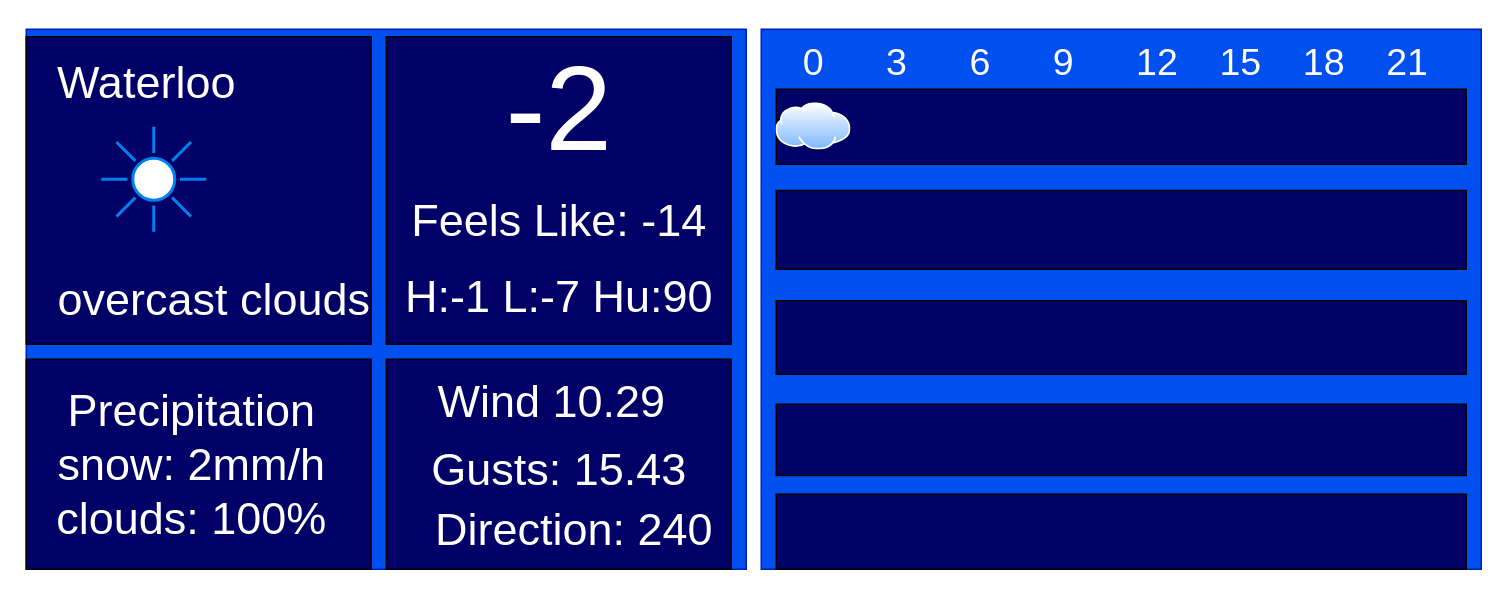
Earlier version of the draw.io diagram page "weather display" (2 of 2) of 90-markdown-resources/diagrams.drawio (ArthurQiangLi/W16_PiDashboard). Source tidied: cells renumbered, new cells numbered last; positions are measured from the earlier drawing's top-left corner, leaving out a move shared by most shapes. Both pictures are drawn from the tidied source at 150%, with x=0, y=0 at pixel (26, 26).
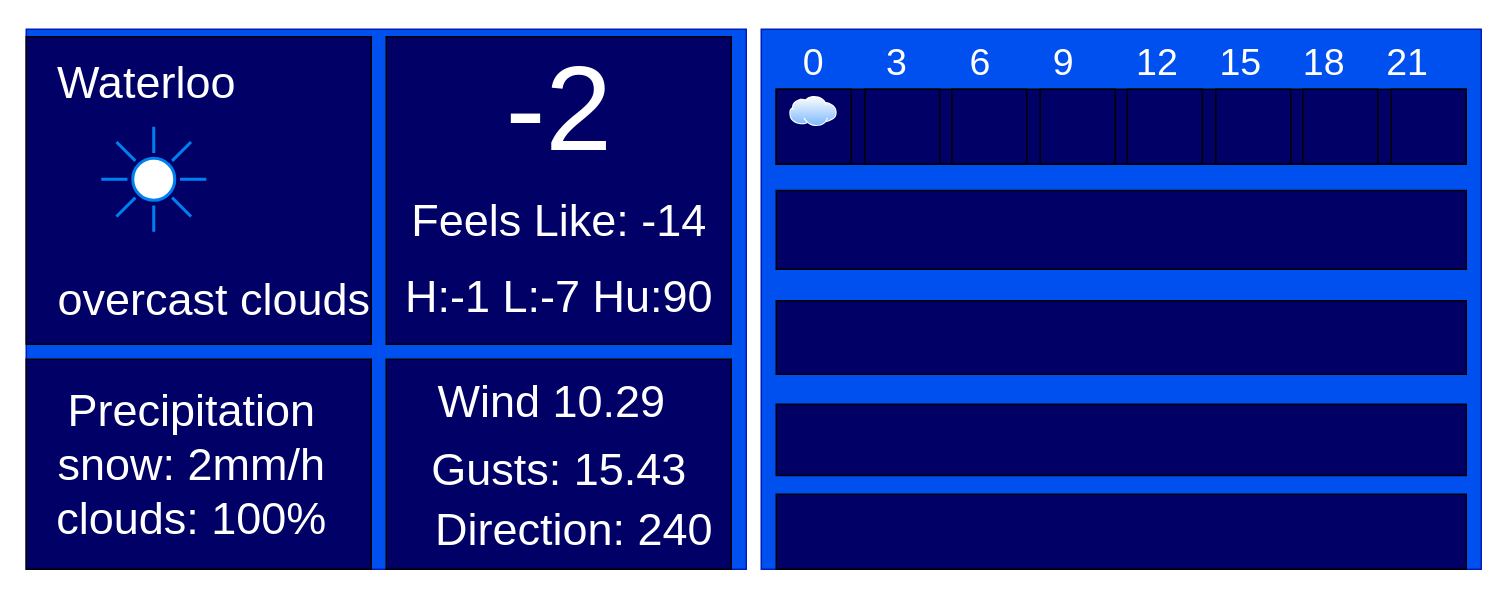
The same diagram, later.

What changed in the source:
```diff
@@
     <mxCell id="19" style="perimeter=ellipsePerimeter;html=1;align=center;shadow=0;dashed=0;spacingTop=3;image;image=img/lib/active_directory/internet_cloud.svg;fontSize=30;fontColor=#FFFFFF;fillColor=#000066;" parent="1" vertex="1">
-      <mxGeometry x="500" y="51.2" width="50" height="31.5" as="geometry" />
+      <mxGeometry x="509.1" y="47" width="31.8" height="20" as="geometry" />
     </mxCell>
@@
+    <mxCell id="25" style="rounded=0;whiteSpace=wrap;html=1;fillColor=none;" parent="1" vertex="1">
+      <mxGeometry x="500" y="42" width="50" height="50" as="geometry" />
+    </mxCell>
+    <mxCell id="26" style="rounded=0;whiteSpace=wrap;html=1;fillColor=none;" parent="1" vertex="1">
+      <mxGeometry x="559" y="42" width="50" height="50" as="geometry" />
+    </mxCell>
+    <mxCell id="27" style="rounded=0;whiteSpace=wrap;html=1;fillColor=none;" parent="1" vertex="1">
+      <mxGeometry x="617" y="42" width="50" height="50" as="geometry" />
+    </mxCell>
+    <mxCell id="28" style="rounded=0;whiteSpace=wrap;html=1;fillColor=none;" parent="1" vertex="1">
+      <mxGeometry x="676" y="42" width="50" height="50" as="geometry" />
+    </mxCell>
+    <mxCell id="29" style="rounded=0;whiteSpace=wrap;html=1;fillColor=none;" parent="1" vertex="1">
+      <mxGeometry x="734" y="42" width="50" height="50" as="geometry" />
+    </mxCell>
+    <mxCell id="30" style="rounded=0;whiteSpace=wrap;html=1;fillColor=none;" parent="1" vertex="1">
+      <mxGeometry x="793" y="42" width="50" height="50" as="geometry" />
+    </mxCell>
+    <mxCell id="31" style="rounded=0;whiteSpace=wrap;html=1;fillColor=none;" parent="1" vertex="1">
+      <mxGeometry x="851" y="42" width="50" height="50" as="geometry" />
+    </mxCell>
+    <mxCell id="32" style="rounded=0;whiteSpace=wrap;html=1;fillColor=none;" parent="1" vertex="1">
+      <mxGeometry x="910" y="42" width="50" height="50" as="geometry" />
+    </mxCell>
```
